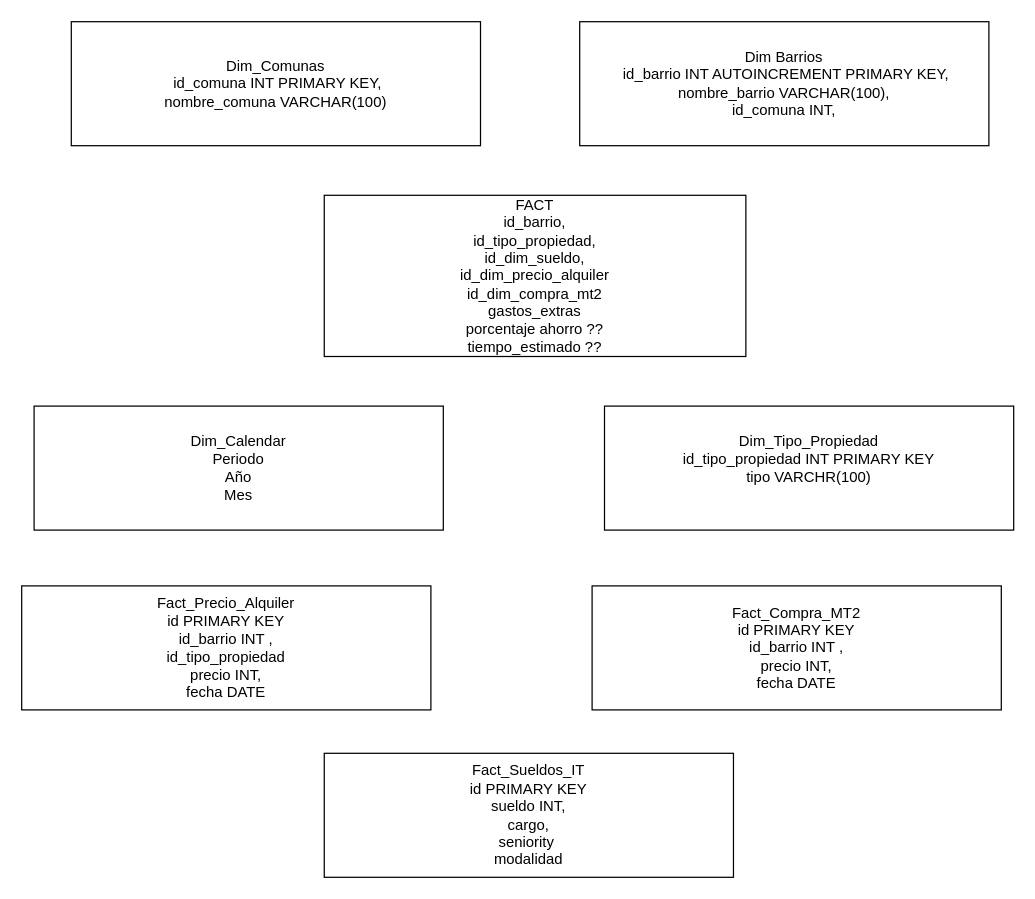
The draw.io diagram Diagramas/Modelo de datos.drawio in tiagocae32/Proyecto-Jupi, before the edit. Source tidied: cells renumbered, new cells numbered last; positions are measured from the earlier drawing's top-left corner, leaving out a move shared by most shapes. Both pictures are drawn from the tidied source at 124%, with x=0, y=0 at pixel (21, 21).
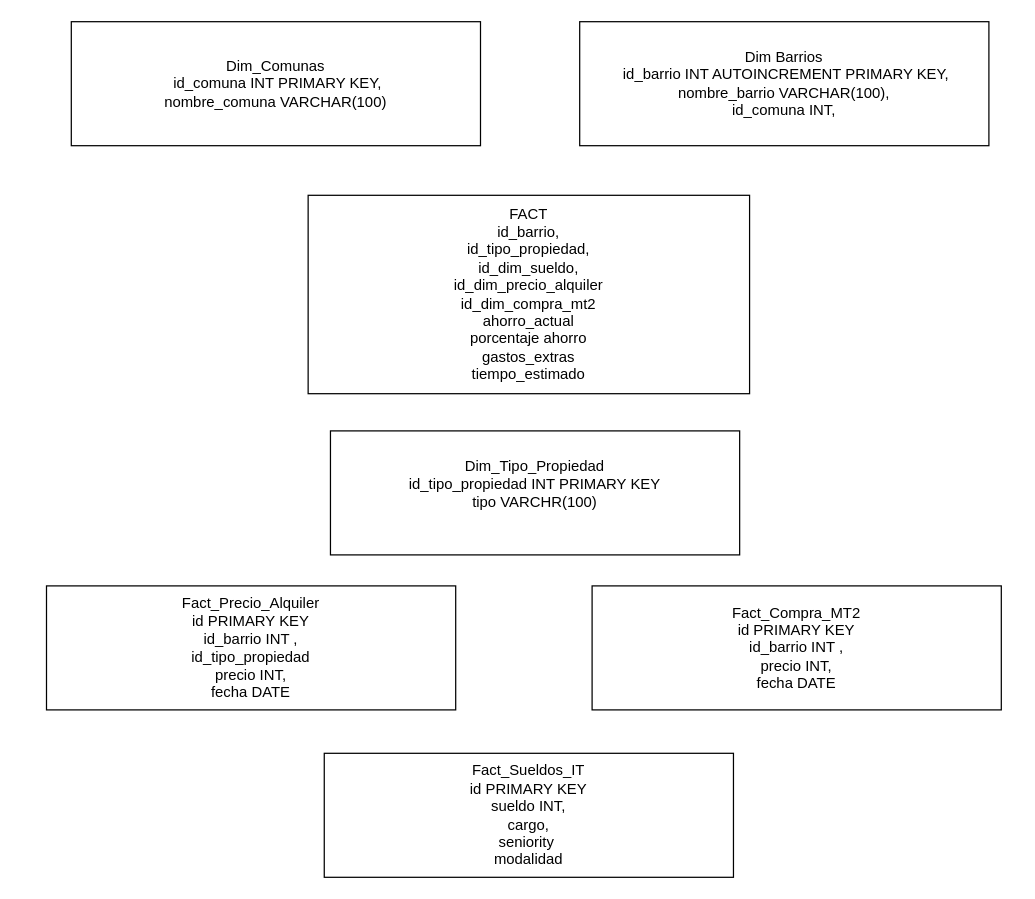
Above is the later version.

Diff of the diagram source:
```diff
@@
 <mxGraphModel>
   <root>
     <mxCell id="0" />
     <mxCell id="1" parent="0" />
     <mxCell id="2" value="Fact_Compra_MT2&lt;div&gt;id PRIMARY KEY&lt;/div&gt;&lt;div&gt;id_barrio INT ,&lt;/div&gt;&lt;div&gt;precio INT,&lt;/div&gt;&lt;div&gt;fecha DATE&lt;/div&gt;" style="rounded=0;whiteSpace=wrap;html=1;" parent="1" vertex="1">
       <mxGeometry x="460" y="455" width="330" height="100" as="geometry" />
     </mxCell>
     <mxCell id="3" value="Dim Barrios&lt;div&gt;&amp;nbsp;id_barrio &lt;span class=&quot;hljs-type&quot;&gt;INT&lt;/span&gt; AUTOINCREMENT &lt;span class=&quot;hljs-keyword&quot;&gt;PRIMARY&lt;/span&gt; KEY,&lt;br/&gt;    nombre_barrio &lt;span class=&quot;hljs-type&quot;&gt;VARCHAR&lt;/span&gt;(&lt;span class=&quot;hljs-number&quot;&gt;100&lt;/span&gt;),&lt;br/&gt;    id_comuna &lt;span class=&quot;hljs-type&quot;&gt;INT&lt;/span&gt;,&lt;/div&gt;" style="rounded=0;whiteSpace=wrap;html=1;" parent="1" vertex="1">
       <mxGeometry x="450" width="330" height="100" as="geometry" />
     </mxCell>
     <mxCell id="4" value="Dim_Tipo_Propiedad&lt;div&gt;id_tipo_propiedad INT PRIMARY KEY&lt;/div&gt;&lt;div&gt;tipo VARCHR(100)&lt;/div&gt;&lt;div&gt;&lt;br&gt;&lt;/div&gt;" style="rounded=0;whiteSpace=wrap;html=1;" parent="1" vertex="1">
-      <mxGeometry x="470" y="310" width="330" height="100" as="geometry" />
+      <mxGeometry x="249" y="330" width="330" height="100" as="geometry" />
     </mxCell>
     <mxCell id="5" value="Fact_Precio_Alquiler&lt;div&gt;id PRIMARY KEY&lt;/div&gt;&lt;div&gt;id_barrio INT ,&lt;/div&gt;&lt;div&gt;id_tipo_propiedad&lt;/div&gt;&lt;div&gt;precio INT,&lt;/div&gt;&lt;div&gt;fecha DATE&lt;/div&gt;" style="rounded=0;whiteSpace=wrap;html=1;" parent="1" vertex="1">
-      <mxGeometry y="455" width="330" height="100" as="geometry" />
+      <mxGeometry x="20" y="455" width="330" height="100" as="geometry" />
     </mxCell>
     <mxCell id="6" value="Dim_Comunas&lt;div&gt;&amp;nbsp;id_comuna &lt;span class=&quot;hljs-type&quot;&gt;INT&lt;/span&gt; &lt;span class=&quot;hljs-keyword&quot;&gt;PRIMARY&lt;/span&gt; KEY,&lt;br/&gt;    nombre_comuna &lt;span class=&quot;hljs-type&quot;&gt;VARCHAR&lt;/span&gt;(&lt;span class=&quot;hljs-number&quot;&gt;100&lt;/span&gt;)&lt;/div&gt;" style="rounded=0;whiteSpace=wrap;html=1;" parent="1" vertex="1">
       <mxGeometry x="40" width="330" height="100" as="geometry" />
     </mxCell>
-    <mxCell id="7" value="FACT&lt;div&gt;id_barrio,&lt;/div&gt;&lt;div&gt;id_tipo_propiedad,&lt;/div&gt;&lt;div&gt;id_dim_sueldo,&lt;/div&gt;&lt;div&gt;id_dim_precio_alquiler&lt;/div&gt;&lt;div&gt;id_dim_compra_mt2&lt;/div&gt;&lt;div&gt;gastos_extras&lt;/div&gt;&lt;div&gt;porcentaje ahorro ??&lt;/div&gt;&lt;div&gt;tiempo_estimado ??&lt;/div&gt;" style="rounded=0;whiteSpace=wrap;html=1;" parent="1" vertex="1">
-      <mxGeometry x="244" y="140" width="340" height="130" as="geometry" />
+    <mxCell id="7" value="FACT&lt;div&gt;id_barrio,&lt;/div&gt;&lt;div&gt;id_tipo_propiedad,&lt;/div&gt;&lt;div&gt;id_dim_sueldo,&lt;/div&gt;&lt;div&gt;id_dim_precio_alquiler&lt;/div&gt;&lt;div&gt;id_dim_compra_mt2&lt;/div&gt;&lt;div&gt;ahorro_actual&lt;/div&gt;&lt;div&gt;&lt;div&gt;porcentaje ahorro&lt;/div&gt;&lt;/div&gt;&lt;div&gt;&lt;span style=&quot;background-color: transparent; color: light-dark(rgb(0, 0, 0), rgb(255, 255, 255));&quot;&gt;gastos_extras&lt;/span&gt;&lt;/div&gt;&lt;div&gt;&lt;span style=&quot;background-color: transparent; color: light-dark(rgb(0, 0, 0), rgb(255, 255, 255));&quot;&gt;tiempo_estimado&lt;/span&gt;&lt;/div&gt;" style="rounded=0;whiteSpace=wrap;html=1;" parent="1" vertex="1">
+      <mxGeometry x="231" y="140" width="356" height="160" as="geometry" />
     </mxCell>
     <mxCell id="8" value="Fact_Sueldos_IT&lt;div&gt;id PRIMARY KEY&lt;/div&gt;&lt;div&gt;sueldo INT,&lt;/div&gt;&lt;div&gt;cargo,&lt;/div&gt;&lt;div&gt;seniority&amp;nbsp;&lt;/div&gt;&lt;div&gt;modalidad&lt;/div&gt;" style="rounded=0;whiteSpace=wrap;html=1;" parent="1" vertex="1">
       <mxGeometry x="244" y="590" width="330" height="100" as="geometry" />
     </mxCell>
-    <mxCell id="9" value="Dim_Calendar&lt;div&gt;Periodo&lt;/div&gt;&lt;div&gt;Año&lt;/div&gt;&lt;div&gt;Mes&lt;/div&gt;" style="rounded=0;whiteSpace=wrap;html=1;" parent="1" vertex="1">
-      <mxGeometry x="10" y="310" width="330" height="100" as="geometry" />
-    </mxCell>
   </root>
 </mxGraphModel>
```
